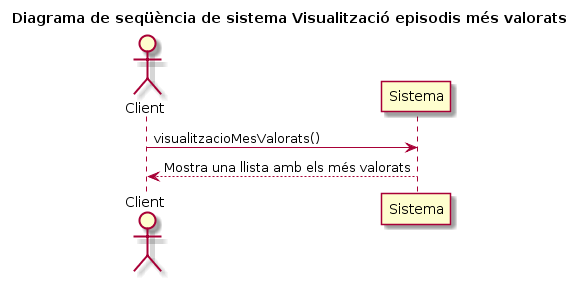
This is uml/img/DSS4aFunc.png from IvanSevilla/totserapp, a PlantUML export, as it was before one commit.
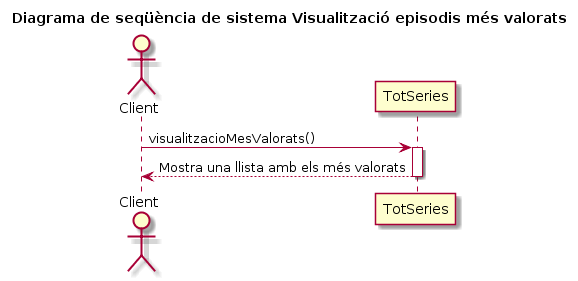
After the commit.

What changed in the source:
```diff
@@ -1,7 +1,9 @@
 @startuml
 title Diagrama de seqüència de sistema Visualització episodis més valorats
 Actor Client
-Client -> Sistema: visualitzacioMesValorats()
+Client -> TotSeries: visualitzacioMesValorats()
+activate TotSeries
 
-Client <-- Sistema: Mostra una llista amb els més valorats
+Client <-- TotSeries: Mostra una llista amb els més valorats
+deactivate TotSeries
 @enduml
```
